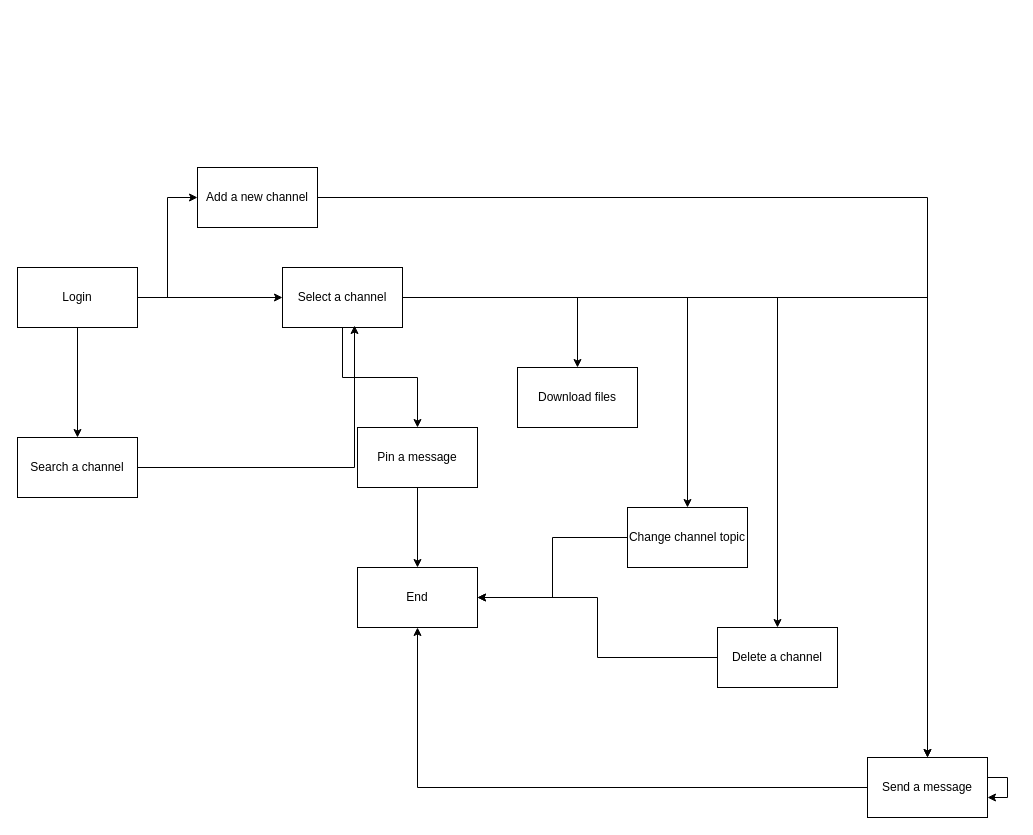
This is BTLONTest.drawio from frozenproof/dactaphanmem, a draw.io file, before an edit. Source tidied: cells renumbered, new cells numbered last; positions are measured from the earlier drawing's top-left corner, leaving out a move shared by most shapes. Both pictures are drawn from the tidied source at 100%, with x=0, y=0 at pixel (17, 167).
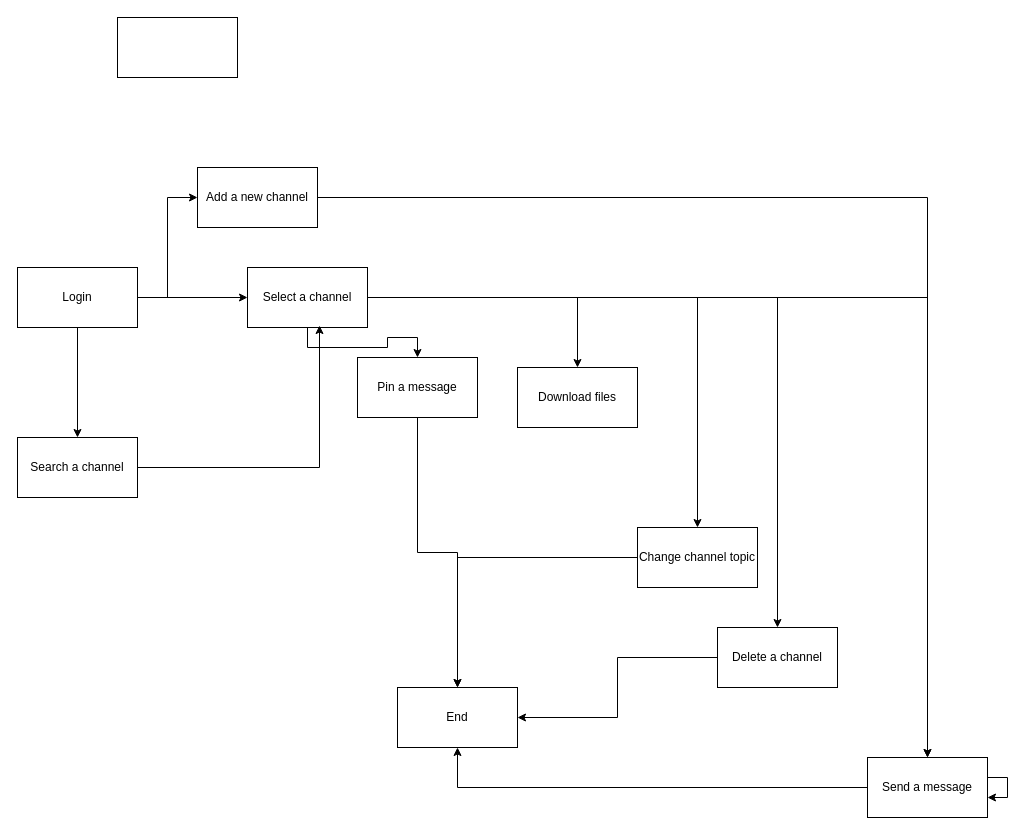
The same diagram, later.

Diff of the diagram source:
```diff
@@
     <mxCell id="18" value="Select a channel" style="rounded=0;whiteSpace=wrap;html=1;" parent="1" vertex="1">
-      <mxGeometry x="265" y="100" width="120" height="60" as="geometry" />
+      <mxGeometry x="230" y="100" width="120" height="60" as="geometry" />
     </mxCell>
@@
     <mxCell id="21" value="Change channel topic" style="rounded=0;whiteSpace=wrap;html=1;" parent="1" vertex="1">
-      <mxGeometry x="610" y="340" width="120" height="60" as="geometry" />
+      <mxGeometry x="620" y="360" width="120" height="60" as="geometry" />
     </mxCell>
@@
     <mxCell id="24" value="Pin a message" style="rounded=0;whiteSpace=wrap;html=1;" parent="1" vertex="1">
-      <mxGeometry x="340" y="260" width="120" height="60" as="geometry" />
+      <mxGeometry x="340" y="190" width="120" height="60" as="geometry" />
     </mxCell>
     <mxCell id="25" value="End" style="rounded=0;whiteSpace=wrap;html=1;" parent="1" vertex="1">
-      <mxGeometry x="340" y="400" width="120" height="60" as="geometry" />
+      <mxGeometry x="380" y="520" width="120" height="60" as="geometry" />
     </mxCell>
@@
+    <mxCell id="27" style="rounded=0;whiteSpace=wrap;html=1;" parent="1" vertex="1">
+      <mxGeometry x="100" y="-150" width="120" height="60" as="geometry" />
+    </mxCell>
```
